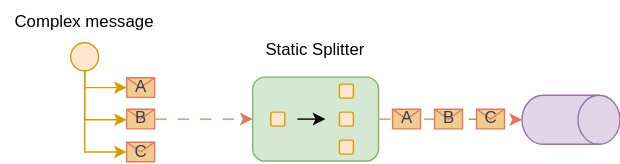
Above: images/Splitter.drawio.svg in mladenkralev/integration-pattern (draw.io), before the change. Source tidied: cells renumbered, new cells last; positions are measured from the earlier drawing's top-left corner, leaving out a move shared by most shapes. Source of this version:
```xml
<mxGraphModel>
  <root>
    <mxCell id="0" />
    <mxCell id="1" parent="0" />
    <mxCell id="2" style="rounded=1;whiteSpace=wrap;html=1;labelBackgroundColor=none;fillColor=#d5e8d4;strokeColor=#82b366;" parent="1" vertex="1">
      <mxGeometry x="180" y="54.5" width="90" height="60" as="geometry" />
    </mxCell>
    <mxCell id="3" style="rounded=1;whiteSpace=wrap;html=1;labelBackgroundColor=none;fillColor=#ffe6cc;strokeColor=#d79b00;arcSize=12;" parent="1" vertex="1">
      <mxGeometry x="193" y="79.5" width="10" height="10" as="geometry" />
    </mxCell>
    <mxCell id="4" style="rounded=1;whiteSpace=wrap;html=1;labelBackgroundColor=none;fillColor=#ffe6cc;strokeColor=#d79b00;arcSize=12;" parent="1" vertex="1">
      <mxGeometry x="242" y="59.5" width="10" height="10" as="geometry" />
    </mxCell>
    <mxCell id="5" style="rounded=1;whiteSpace=wrap;html=1;labelBackgroundColor=none;fillColor=#ffe6cc;strokeColor=#d79b00;arcSize=12;" parent="1" vertex="1">
      <mxGeometry x="242" y="79.5" width="10" height="10" as="geometry" />
    </mxCell>
    <mxCell id="6" style="rounded=1;whiteSpace=wrap;html=1;labelBackgroundColor=none;fillColor=#ffe6cc;strokeColor=#d79b00;arcSize=12;" parent="1" vertex="1">
      <mxGeometry x="242" y="99.5" width="10" height="10" as="geometry" />
    </mxCell>
    <mxCell id="7" style="endArrow=classic;html=1;rounded=0;" parent="1" edge="1">
      <mxGeometry relative="1" as="geometry">
        <mxPoint x="212" y="84.5" as="sourcePoint" />
        <mxPoint x="232" y="84.5" as="targetPoint" />
      </mxGeometry>
    </mxCell>
    <mxCell id="8" value="A" style="shape=message;html=1;outlineConnect=0;labelBackgroundColor=none;fillColor=#F2CC8F;strokeColor=#E07A5F;fontColor=#393C56;" parent="1" vertex="1">
      <mxGeometry x="90" y="55" width="20" height="14" as="geometry" />
    </mxCell>
    <mxCell id="9" value="B" style="shape=message;html=1;outlineConnect=0;labelBackgroundColor=none;fillColor=#F2CC8F;strokeColor=#E07A5F;fontColor=#393C56;" parent="1" vertex="1">
      <mxGeometry x="90" y="77.5" width="20" height="14" as="geometry" />
    </mxCell>
    <mxCell id="10" value="C" style="shape=message;html=1;outlineConnect=0;labelBackgroundColor=none;fillColor=#F2CC8F;strokeColor=#E07A5F;fontColor=#393C56;" parent="1" vertex="1">
      <mxGeometry x="90" y="101" width="20" height="14" as="geometry" />
    </mxCell>
    <mxCell id="11" style="edgeStyle=orthogonalEdgeStyle;rounded=0;jettySize=auto;html=1;exitX=0.5;exitY=1;exitDx=0;exitDy=0;entryX=0;entryY=0.5;entryDx=0;entryDy=0;fillColor=#ffe6cc;strokeColor=#d79b00;" parent="1" edge="1" source="14" target="8">
      <mxGeometry relative="1" as="geometry">
        <Array as="points">
          <mxPoint x="60" y="62" />
        </Array>
      </mxGeometry>
    </mxCell>
    <mxCell id="12" style="edgeStyle=orthogonalEdgeStyle;rounded=0;jettySize=auto;html=1;fillColor=#ffe6cc;strokeColor=#d79b00;" parent="1" edge="1" source="14" target="9">
      <mxGeometry relative="1" as="geometry">
        <Array as="points">
          <mxPoint x="60" y="85" />
        </Array>
      </mxGeometry>
    </mxCell>
    <mxCell id="13" style="edgeStyle=orthogonalEdgeStyle;rounded=0;jettySize=auto;html=1;fillColor=#ffe6cc;strokeColor=#d79b00;entryX=0;entryY=0.5;entryDx=0;entryDy=0;exitX=0.5;exitY=1;exitDx=0;exitDy=0;" parent="1" edge="1" source="14" target="10">
      <mxGeometry relative="1" as="geometry">
        <Array as="points">
          <mxPoint x="60" y="108" />
        </Array>
      </mxGeometry>
    </mxCell>
    <mxCell id="14" style="ellipse;whiteSpace=wrap;html=1;fillColor=#ffe6cc;strokeColor=#d79b00;" parent="1" vertex="1">
      <mxGeometry x="50" y="30" width="20" height="20" as="geometry" />
    </mxCell>
    <mxCell id="15" value="Complex message" style="text;html=1;align=center;verticalAlign=middle;whiteSpace=wrap;rounded=0;" parent="1" vertex="1">
      <mxGeometry width="120" height="30" as="geometry" />
    </mxCell>
    <mxCell id="16" style="shape=cylinder3;whiteSpace=wrap;html=1;boundedLbl=1;backgroundOutline=1;size=15;rotation=90;fillColor=#e1d5e7;strokeColor=#9673a6;" parent="1" vertex="1">
      <mxGeometry x="390" y="50" width="35" height="70" as="geometry" />
    </mxCell>
    <mxCell id="17" style="endArrow=classic;html=1;rounded=0;flowAnimation=1;labelBackgroundColor=none;strokeColor=#E07A5F;fontColor=default;entryX=0;entryY=0.5;entryDx=0;entryDy=0;edgeStyle=orthogonalEdgeStyle;exitX=1;exitY=0.5;exitDx=0;exitDy=0;" parent="1" edge="1" source="9" target="2">
      <mxGeometry relative="1" as="geometry" />
    </mxCell>
    <mxCell id="18" style="endArrow=classic;html=1;rounded=0;flowAnimation=1;labelBackgroundColor=none;strokeColor=#E07A5F;fontColor=default;entryX=0.5;entryY=1;entryDx=0;entryDy=0;edgeStyle=orthogonalEdgeStyle;exitX=1;exitY=0.5;exitDx=0;exitDy=0;entryPerimeter=0;" parent="1" edge="1" source="2" target="16">
      <mxGeometry relative="1" as="geometry" />
    </mxCell>
    <mxCell id="19" value="Static Splitter" style="text;html=1;align=center;verticalAlign=middle;whiteSpace=wrap;rounded=0;" parent="1" vertex="1">
      <mxGeometry x="165" y="19.5" width="120" height="30" as="geometry" />
    </mxCell>
    <mxCell id="20" value="C" style="shape=message;html=1;labelBackgroundColor=none;fillColor=#F2CC8F;strokeColor=#E07A5F;fontColor=#393C56;" parent="1" vertex="1">
      <mxGeometry x="340" y="77.5" width="20" height="14" as="geometry" />
    </mxCell>
    <mxCell id="21" value="B" style="shape=message;html=1;labelBackgroundColor=none;fillColor=#F2CC8F;strokeColor=#E07A5F;fontColor=#393C56;" parent="1" vertex="1">
      <mxGeometry x="310" y="77.5" width="20" height="14" as="geometry" />
    </mxCell>
    <mxCell id="22" value="A" style="shape=message;html=1;labelBackgroundColor=none;fillColor=#F2CC8F;strokeColor=#E07A5F;fontColor=#393C56;" parent="1" vertex="1">
      <mxGeometry x="280" y="77.5" width="20" height="14" as="geometry" />
    </mxCell>
  </root>
</mxGraphModel>
```
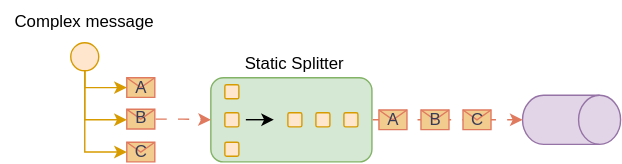
Above is the later version.

Change to the diagram source:
```diff
@@ -3,24 +3,27 @@
     <mxCell id="0" />
     <mxCell id="1" parent="0" />
     <mxCell id="2" style="rounded=1;whiteSpace=wrap;html=1;labelBackgroundColor=none;fillColor=#d5e8d4;strokeColor=#82b366;" parent="1" vertex="1">
-      <mxGeometry x="180" y="54.5" width="90" height="60" as="geometry" />
+      <mxGeometry x="150" y="55" width="115" height="60" as="geometry" />
     </mxCell>
     <mxCell id="3" style="rounded=1;whiteSpace=wrap;html=1;labelBackgroundColor=none;fillColor=#ffe6cc;strokeColor=#d79b00;arcSize=12;" parent="1" vertex="1">
-      <mxGeometry x="193" y="79.5" width="10" height="10" as="geometry" />
+      <mxGeometry x="160" y="80" width="10" height="10" as="geometry" />
     </mxCell>
     <mxCell id="4" style="rounded=1;whiteSpace=wrap;html=1;labelBackgroundColor=none;fillColor=#ffe6cc;strokeColor=#d79b00;arcSize=12;" parent="1" vertex="1">
-      <mxGeometry x="242" y="59.5" width="10" height="10" as="geometry" />
+      <mxGeometry x="160" y="60" width="10" height="10" as="geometry" />
     </mxCell>
     <mxCell id="5" style="rounded=1;whiteSpace=wrap;html=1;labelBackgroundColor=none;fillColor=#ffe6cc;strokeColor=#d79b00;arcSize=12;" parent="1" vertex="1">
-      <mxGeometry x="242" y="79.5" width="10" height="10" as="geometry" />
+      <mxGeometry x="245" y="80" width="10" height="10" as="geometry" />
     </mxCell>
     <mxCell id="6" style="rounded=1;whiteSpace=wrap;html=1;labelBackgroundColor=none;fillColor=#ffe6cc;strokeColor=#d79b00;arcSize=12;" parent="1" vertex="1">
-      <mxGeometry x="242" y="99.5" width="10" height="10" as="geometry" />
+      <mxGeometry x="160" y="101" width="10" height="10" as="geometry" />
     </mxCell>
     <mxCell id="7" style="endArrow=classic;html=1;rounded=0;" parent="1" edge="1">
       <mxGeometry relative="1" as="geometry">
-        <mxPoint x="212" y="84.5" as="sourcePoint" />
-        <mxPoint x="232" y="84.5" as="targetPoint" />
+        <mxPoint x="175" y="84.9" as="sourcePoint" />
+        <mxPoint x="195" y="84.9" as="targetPoint" />
+        <Array as="points">
+          <mxPoint x="175" y="85" />
+        </Array>
       </mxGeometry>
     </mxCell>
     <mxCell id="8" value="A" style="shape=message;html=1;outlineConnect=0;labelBackgroundColor=none;fillColor=#F2CC8F;strokeColor=#E07A5F;fontColor=#393C56;" parent="1" vertex="1">
@@ -69,16 +72,22 @@
       <mxGeometry relative="1" as="geometry" />
     </mxCell>
     <mxCell id="19" value="Static Splitter" style="text;html=1;align=center;verticalAlign=middle;whiteSpace=wrap;rounded=0;" parent="1" vertex="1">
-      <mxGeometry x="165" y="19.5" width="120" height="30" as="geometry" />
+      <mxGeometry x="150" y="30" width="120" height="30" as="geometry" />
     </mxCell>
     <mxCell id="20" value="C" style="shape=message;html=1;labelBackgroundColor=none;fillColor=#F2CC8F;strokeColor=#E07A5F;fontColor=#393C56;" parent="1" vertex="1">
-      <mxGeometry x="340" y="77.5" width="20" height="14" as="geometry" />
+      <mxGeometry x="330" y="78" width="20" height="14" as="geometry" />
     </mxCell>
     <mxCell id="21" value="B" style="shape=message;html=1;labelBackgroundColor=none;fillColor=#F2CC8F;strokeColor=#E07A5F;fontColor=#393C56;" parent="1" vertex="1">
-      <mxGeometry x="310" y="77.5" width="20" height="14" as="geometry" />
+      <mxGeometry x="300" y="78" width="20" height="14" as="geometry" />
     </mxCell>
     <mxCell id="22" value="A" style="shape=message;html=1;labelBackgroundColor=none;fillColor=#F2CC8F;strokeColor=#E07A5F;fontColor=#393C56;" parent="1" vertex="1">
-      <mxGeometry x="280" y="77.5" width="20" height="14" as="geometry" />
+      <mxGeometry x="270" y="78" width="20" height="14" as="geometry" />
     </mxCell>
+    <mxCell id="23" style="rounded=1;whiteSpace=wrap;html=1;labelBackgroundColor=none;fillColor=#ffe6cc;strokeColor=#d79b00;arcSize=12;" parent="1" vertex="1">
+      <mxGeometry x="205" y="80" width="10" height="10" as="geometry" />
+    </mxCell>
+    <mxCell id="24" style="rounded=1;whiteSpace=wrap;html=1;labelBackgroundColor=none;fillColor=#ffe6cc;strokeColor=#d79b00;arcSize=12;" parent="1" vertex="1">
+      <mxGeometry x="225" y="80" width="10" height="10" as="geometry" />
+    </mxCell>
   </root>
 </mxGraphModel>
```
